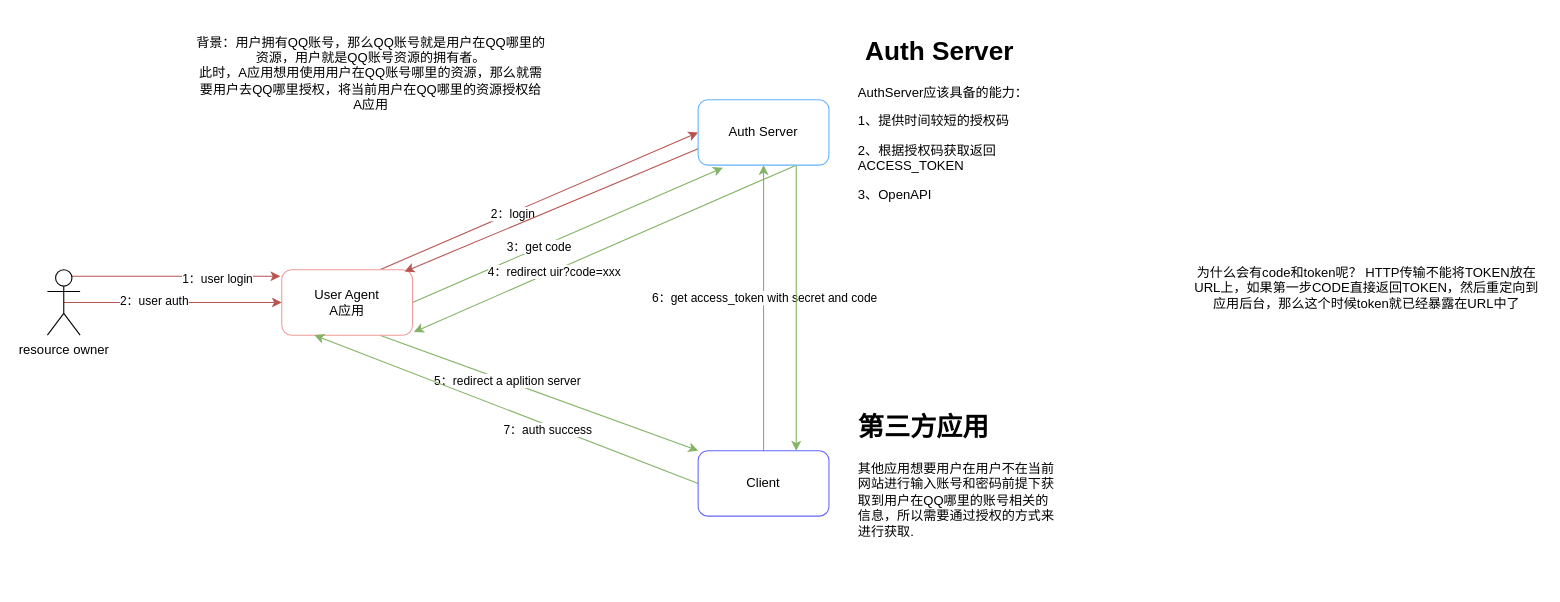
Above: design/oauth2.drawio in xmopen/drawio (draw.io), before the change. Source tidied: cells renumbered, new cells numbered last; positions are measured from the earlier drawing's top-left corner, leaving out a move shared by most shapes. Both pictures are drawn from the tidied source at 109%, with x=0, y=0 at pixel (47, 23).
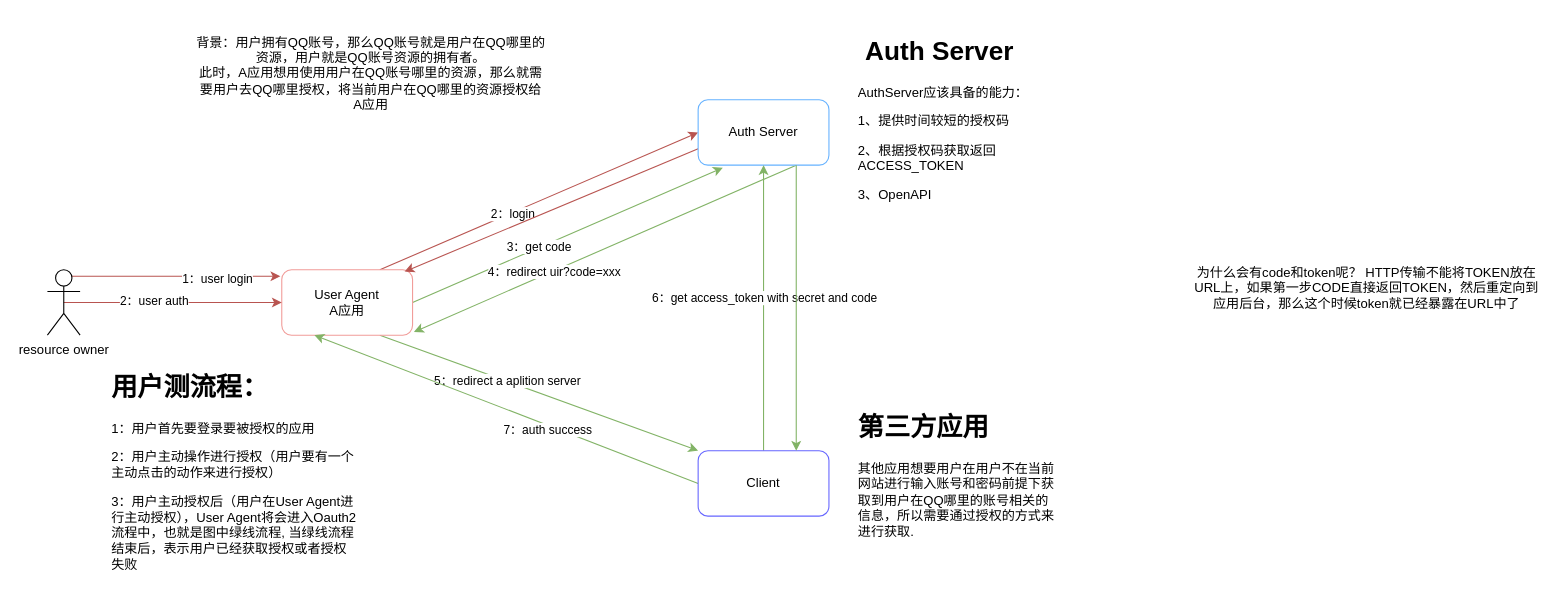
After the change.

Change to the diagram source:
```diff
@@
+    <mxCell id="28" value="&lt;h1&gt;用户测流程：&lt;/h1&gt;&lt;p&gt;1：用户首先要登录要被授权的应用&lt;/p&gt;&lt;p&gt;2：用户主动操作进行授权（用户要有一个主动点击的动作来进行授权）&lt;/p&gt;&lt;p&gt;3：用户主动授权后（用户在User Agent进行主动授权），User Agent将会进入Oauth2流程中，也就是图中绿线流程, 当绿线流程结束后，表示用户已经获取授权或者授权失败&lt;/p&gt;" style="text;html=1;strokeColor=none;fillColor=none;spacing=5;spacingTop=-20;whiteSpace=wrap;overflow=hidden;rounded=0;" parent="1" vertex="1">
+      <mxGeometry x="54" y="313.5" width="234" height="200" as="geometry" />
+    </mxCell>
```
